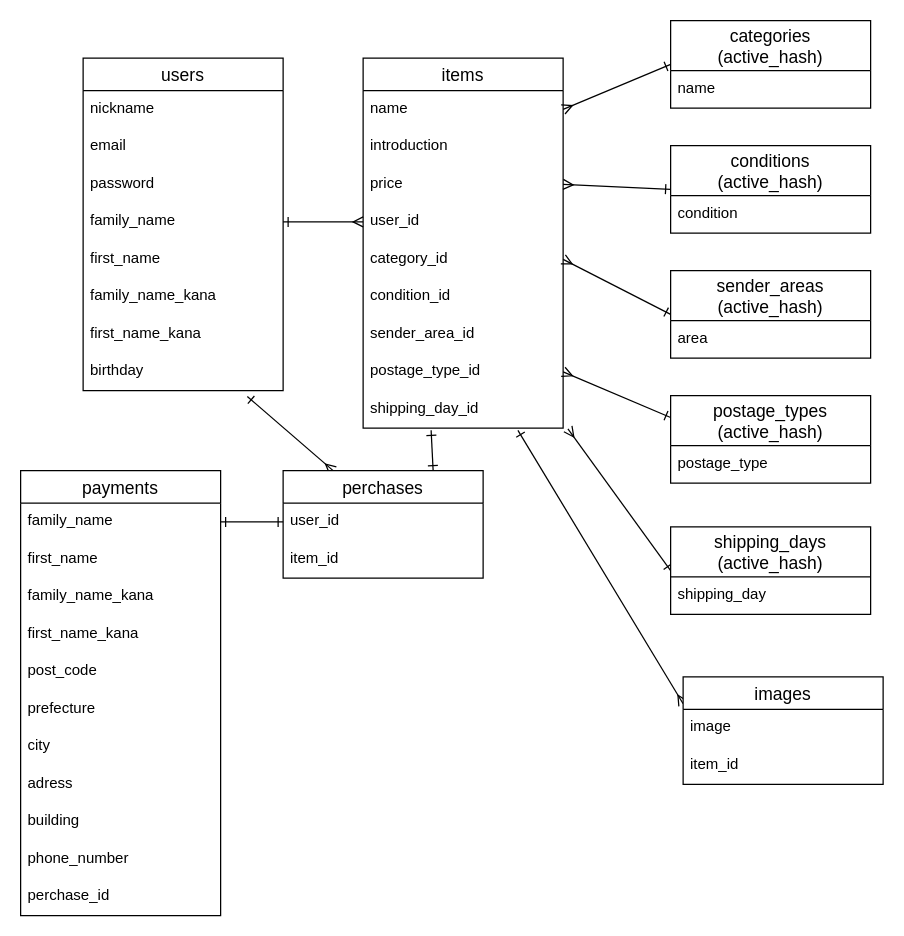
The draw.io diagram ER.dio in NatsumiYonemichi/furima-38886, before the edit. Source tidied: cells renumbered, new cells numbered last; positions are measured from the earlier drawing's top-left corner, leaving out a move shared by most shapes. Both pictures are drawn from the tidied source at 125%, with x=0, y=0 at pixel (20, 20).
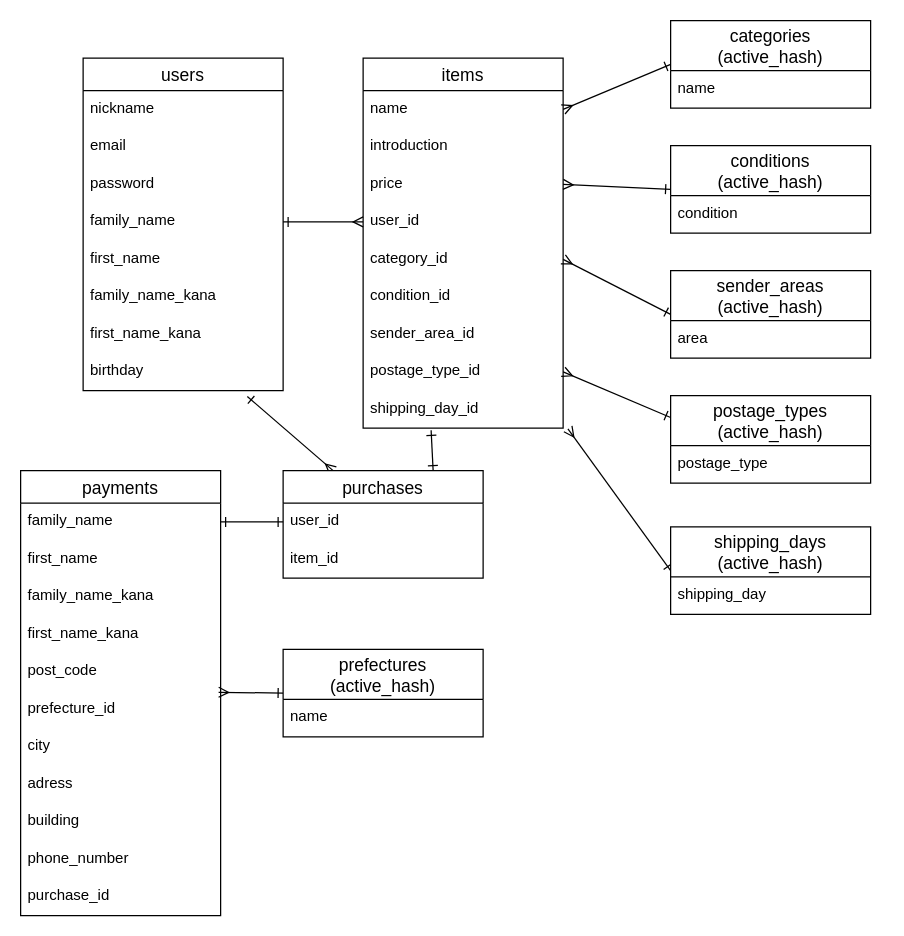
The same page after the edit.

Commit message (it also covers changes not shown here):
不要テーブル削除、カラム名・型の修正

Unchanged cells that the change refers to:
```xml
<mxCell id="25" value="shipping_day_id" style="text;strokeColor=none;fillColor=none;spacingLeft=4;spacingRight=4;overflow=hidden;points=[[0,0.5],[1,0.5]];portConstraint=eastwest;fontSize=12;" parent="16" vertex="1">
  <mxGeometry y="266" width="160" height="30" as="geometry" />
</mxCell>
<mxCell id="33" value="payments" style="swimlane;fontStyle=0;horizontal=1;startSize=26;align=center;fontSize=14;" parent="1" vertex="1">
  <mxGeometry y="360" width="160" height="356" as="geometry" />
</mxCell>
```

The edit, as a diff of the source:
```diff
@@
-    <mxCell id="13" value="perchases" style="swimlane;fontStyle=0;horizontal=1;startSize=26;align=center;fontSize=14;" parent="1" vertex="1">
+    <mxCell id="13" value="purchases" style="swimlane;fontStyle=0;horizontal=1;startSize=26;align=center;fontSize=14;" parent="1" vertex="1">
       <mxGeometry x="210" y="360" width="160" height="86" as="geometry" />
     </mxCell>
@@
-    <mxCell id="26" style="edgeStyle=none;html=1;exitX=0;exitY=0.25;exitDx=0;exitDy=0;startArrow=ERmany;startFill=0;endArrow=ERone;endFill=0;entryX=0.774;entryY=1.059;entryDx=0;entryDy=0;entryPerimeter=0;" parent="1" edge="1" source="27" target="25">
-      <mxGeometry relative="1" as="geometry" />
-    </mxCell>
-    <mxCell id="27" value="images" style="swimlane;fontStyle=0;horizontal=1;startSize=26;align=center;fontSize=14;" parent="1" vertex="1">
-      <mxGeometry x="530" y="525" width="160" height="86" as="geometry" />
-    </mxCell>
-    <mxCell id="28" value="image" style="text;strokeColor=none;fillColor=none;spacingLeft=4;spacingRight=4;overflow=hidden;fontSize=12;" parent="27" vertex="1">
-      <mxGeometry y="26" width="160" height="30" as="geometry" />
-    </mxCell>
-    <mxCell id="29" value="item_id" style="text;strokeColor=none;fillColor=none;spacingLeft=4;spacingRight=4;overflow=hidden;fontSize=12;" parent="27" vertex="1">
-      <mxGeometry y="56" width="160" height="30" as="geometry" />
-    </mxCell>
@@
-    <mxCell id="39" value="prefecture" style="text;strokeColor=none;fillColor=none;spacingLeft=4;spacingRight=4;overflow=hidden;points=[[0,0.5],[1,0.5]];portConstraint=eastwest;fontSize=12;" parent="33" vertex="1">
+    <mxCell id="39" value="prefecture_id" style="text;strokeColor=none;fillColor=none;spacingLeft=4;spacingRight=4;overflow=hidden;points=[[0,0.5],[1,0.5]];portConstraint=eastwest;fontSize=12;" parent="33" vertex="1">
       <mxGeometry y="176" width="160" height="30" as="geometry" />
     </mxCell>
@@
-    <mxCell id="44" value="perchase_id" style="text;strokeColor=none;fillColor=none;spacingLeft=4;spacingRight=4;overflow=hidden;fontSize=12;" parent="33" vertex="1">
+    <mxCell id="44" value="purchase_id" style="text;strokeColor=none;fillColor=none;spacingLeft=4;spacingRight=4;overflow=hidden;fontSize=12;" parent="33" vertex="1">
       <mxGeometry y="326" width="160" height="30" as="geometry" />
     </mxCell>
@@
+    <mxCell id="59" style="edgeStyle=none;html=1;exitX=0;exitY=0.5;exitDx=0;exitDy=0;entryX=0.99;entryY=0.044;entryDx=0;entryDy=0;entryPerimeter=0;startArrow=ERone;startFill=0;endArrow=ERmany;endFill=0;" parent="1" edge="1" source="60" target="39">
+      <mxGeometry relative="1" as="geometry" />
+    </mxCell>
+    <mxCell id="60" value="prefectures&#10;(active_hash)" style="swimlane;fontStyle=0;horizontal=1;startSize=40;align=center;fontSize=14;" parent="1" vertex="1">
+      <mxGeometry x="210" y="503" width="160" height="70" as="geometry" />
+    </mxCell>
+    <mxCell id="61" value="name" style="text;strokeColor=none;fillColor=none;spacingLeft=4;spacingRight=4;overflow=hidden;fontSize=12;" parent="60" vertex="1">
+      <mxGeometry y="40" width="160" height="30" as="geometry" />
+    </mxCell>
```
